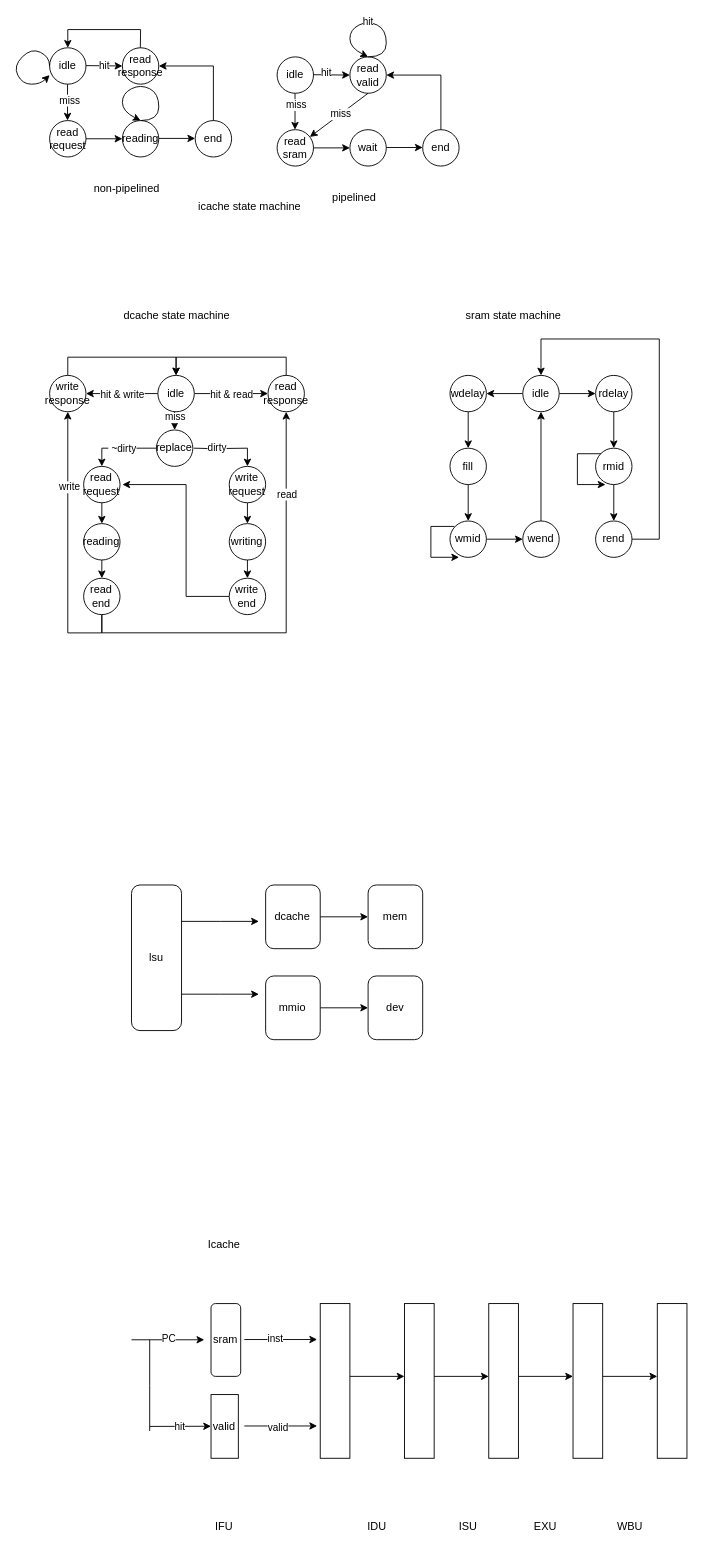
DavidZyy/drawio_repo keeps this draw.io diagram as cpu.drawio. Above is the earlier version. Source tidied: cells renumbered, new cells numbered last; positions are measured from the earlier drawing's top-left corner, leaving out a move shared by most shapes. Both pictures are drawn from the tidied source at 91%, with x=0, y=0 at pixel (13, 20).
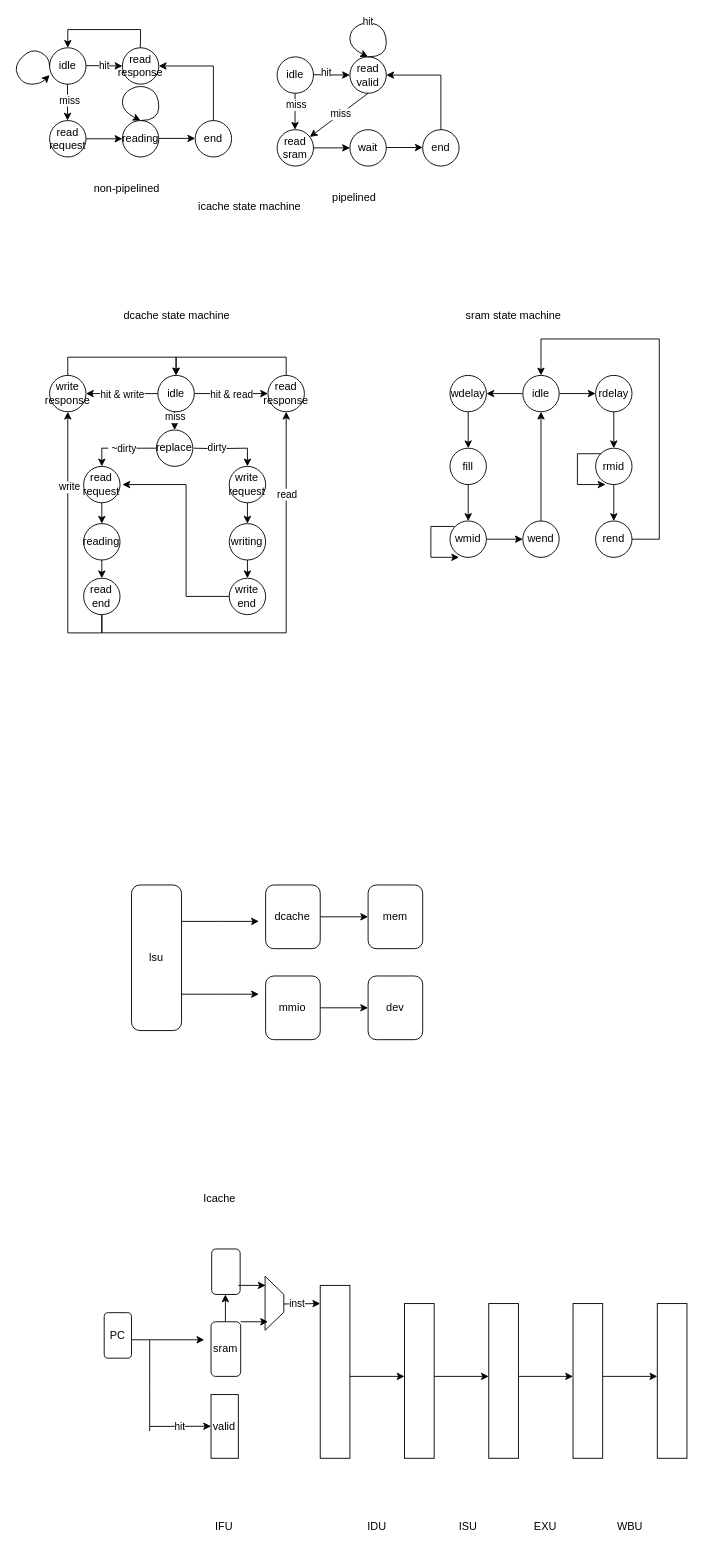
After the change.

The change refers to these unchanged cells:
```xml
<mxCell id="98" style="edgeStyle=none;orthogonalLoop=1;jettySize=auto;html=1;rounded=0;" parent="1" edge="1">
  <mxGeometry relative="1" as="geometry">
    <mxPoint x="130" y="1449.8" as="sourcePoint" />
    <mxPoint x="210" y="1449.8" as="targetPoint" />
  </mxGeometry>
</mxCell>
```

Change to the diagram source:
```diff
@@
     <mxCell id="97" value="sram" style="rounded=1;whiteSpace=wrap;html=1;" parent="1" vertex="1">
-      <mxGeometry x="217.4" y="1410" width="32.6" height="80" as="geometry" />
+      <mxGeometry x="217.4" y="1430" width="32.6" height="60" as="geometry" />
     </mxCell>
@@
-    <mxCell id="99" value="PC" style="edgeLabel;html=1;align=center;verticalAlign=middle;" parent="98" vertex="1">
-      <mxGeometry y="1" relative="1" as="geometry" />
-    </mxCell>
     <mxCell id="100" style="edgeStyle=none;orthogonalLoop=1;jettySize=auto;html=1;rounded=0;" parent="1" edge="1">
       <mxGeometry relative="1" as="geometry">
-        <mxPoint x="254" y="1449.5" as="sourcePoint" />
-        <mxPoint x="334" y="1449.5" as="targetPoint" />
+        <mxPoint x="293.4" y="1410.5" as="sourcePoint" />
+        <mxPoint x="337.4" y="1410" as="targetPoint" />
       </mxGeometry>
     </mxCell>
@@
-    <mxCell id="105" style="edgeStyle=none;orthogonalLoop=1;jettySize=auto;html=1;rounded=0;" parent="1" edge="1">
-      <mxGeometry relative="1" as="geometry">
-        <mxPoint x="254" y="1544.5" as="sourcePoint" />
-        <mxPoint x="334" y="1544.5" as="targetPoint" />
-      </mxGeometry>
-    </mxCell>
-    <mxCell id="106" value="valid" style="edgeLabel;html=1;align=center;verticalAlign=middle;" parent="105" vertex="1">
-      <mxGeometry x="0.34" relative="1" as="geometry">
-        <mxPoint x="-18" y="1" as="offset" />
-      </mxGeometry>
-    </mxCell>
     <mxCell id="107" value="Icache" style="text;strokeColor=none;align=center;fillColor=none;html=1;verticalAlign=middle;whiteSpace=wrap;rounded=0;" parent="1" vertex="1">
-      <mxGeometry x="202.4" y="1330" width="60" height="30" as="geometry" />
+      <mxGeometry x="197.4" y="1280" width="60" height="30" as="geometry" />
     </mxCell>
@@
     <mxCell id="110" style="rounded=0;whiteSpace=wrap;html=1;" parent="1" vertex="1">
-      <mxGeometry x="337.4" y="1410" width="32.6" height="170" as="geometry" />
+      <mxGeometry x="337.4" y="1390" width="32.6" height="190" as="geometry" />
     </mxCell>
@@
+    <mxCell id="123" style="rounded=1;whiteSpace=wrap;html=1;" parent="1" vertex="1">
+      <mxGeometry x="218.1" y="1350" width="31.3" height="50" as="geometry" />
+    </mxCell>
+    <mxCell id="124" style="shape=trapezoid;perimeter=trapezoidPerimeter;whiteSpace=wrap;html=1;fixedSize=1;rotation=90;" parent="1" vertex="1">
+      <mxGeometry x="257.4" y="1399.4" width="59.4" height="20.6" as="geometry" />
+    </mxCell>
+    <mxCell id="99" value="PC" style="rounded=1;whiteSpace=wrap;html=1;" parent="1" vertex="1">
+      <mxGeometry x="100" y="1420" width="30" height="50" as="geometry" />
+    </mxCell>
+    <mxCell id="125" style="edgeStyle=none;orthogonalLoop=1;jettySize=auto;html=1;rounded=0;" parent="1" edge="1">
+      <mxGeometry relative="1" as="geometry">
+        <mxPoint x="233.2" y="1430" as="sourcePoint" />
+        <mxPoint x="233.2" y="1400" as="targetPoint" />
+      </mxGeometry>
+    </mxCell>
+    <mxCell id="126" style="edgeStyle=none;orthogonalLoop=1;jettySize=auto;html=1;rounded=0;" parent="1" edge="1">
+      <mxGeometry relative="1" as="geometry">
+        <mxPoint x="247.4" y="1390" as="sourcePoint" />
+        <mxPoint x="277.4" y="1390" as="targetPoint" />
+      </mxGeometry>
+    </mxCell>
+    <mxCell id="127" style="edgeStyle=none;orthogonalLoop=1;jettySize=auto;html=1;rounded=0;" parent="1" edge="1">
+      <mxGeometry relative="1" as="geometry">
+        <mxPoint x="250" y="1430" as="sourcePoint" />
+        <mxPoint x="280" y="1430" as="targetPoint" />
+      </mxGeometry>
+    </mxCell>
```
